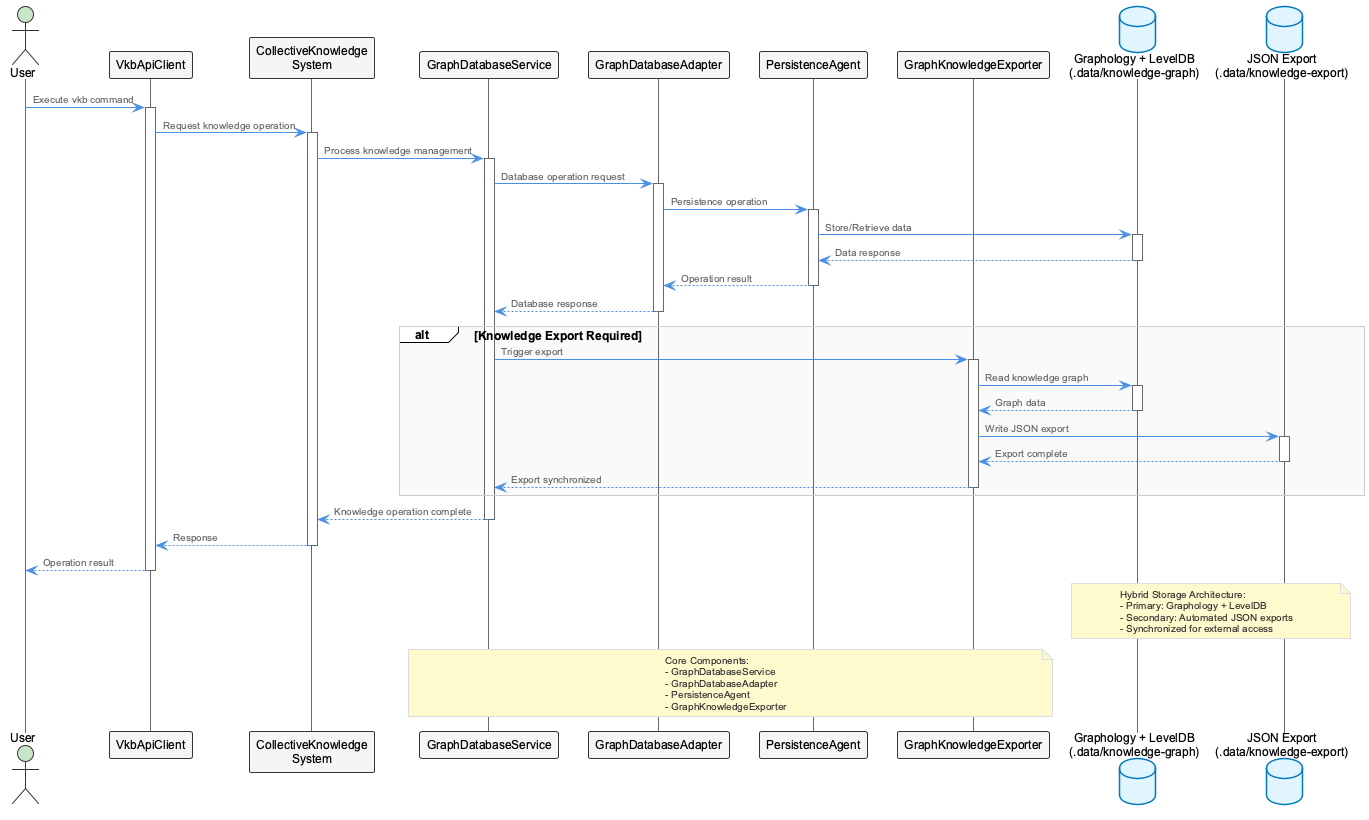
fwornle/coding keeps this PlantUML diagram as knowledge-management/insights/images/collective-knowledge-sequence.png. Above is the earlier version.
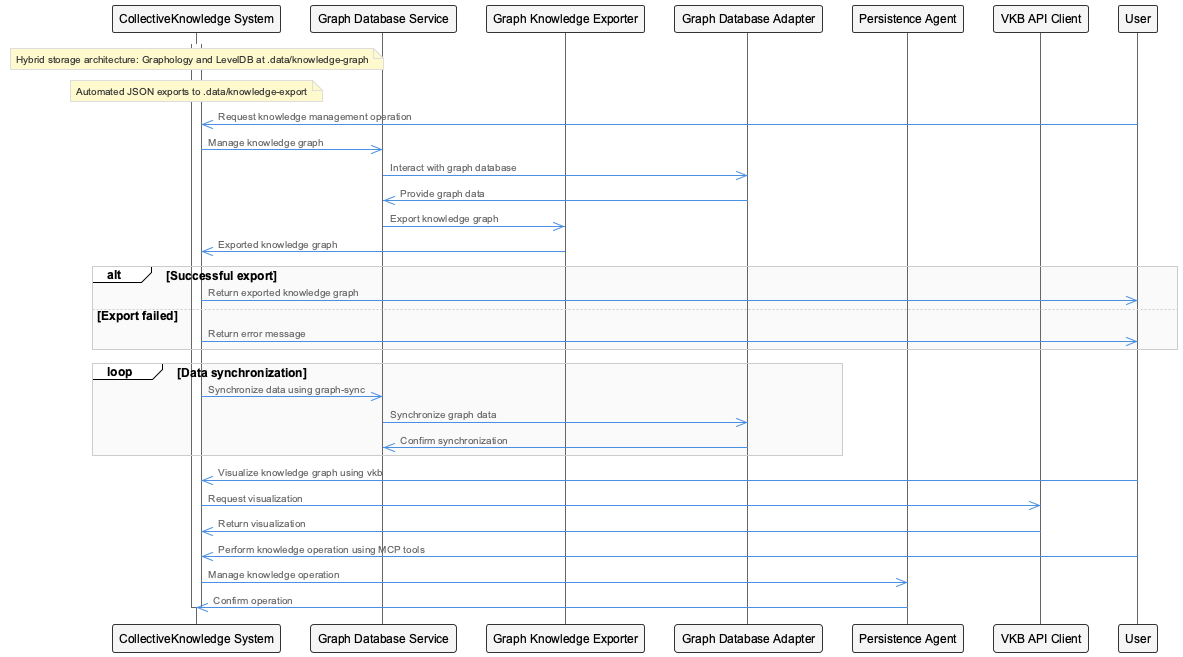
After the commit.

The edit, as a diff of the source:
```diff
@@ -1,82 +1,45 @@
 @startuml
 !include /Users/q284340/Agentic/coding/docs/puml/_standard-style.puml
 
-actor User
-participant "VkbApiClient" as VKB
-participant "CollectiveKnowledge\nSystem" as CK
-participant "GraphDatabaseService" as GDS
-participant "GraphDatabaseAdapter" as GDA
-participant "PersistenceAgent" as PA
-participant "GraphKnowledgeExporter" as GKE
-database "Graphology + LevelDB\n(.data/knowledge-graph)" as DB
-database "JSON Export\n(.data/knowledge-export)" as Export
+participant CollectiveKnowledge as "CollectiveKnowledge System"
+participant GraphDatabaseService as "Graph Database Service"
+participant GraphKnowledgeExporter as "Graph Knowledge Exporter"
+participant GraphDatabaseAdapter as "Graph Database Adapter"
+participant PersistenceAgent as "Persistence Agent"
+participant VkbApiClient as "VKB API Client"
+participant User as "User"
 
-User -> VKB: Execute vkb command
-activate VKB
+activate CollectiveKnowledge
+note over CollectiveKnowledge: Hybrid storage architecture: Graphology and LevelDB at .data/knowledge-graph
+note over CollectiveKnowledge: Automated JSON exports to .data/knowledge-export
 
-VKB -> CK: Request knowledge operation
-activate CK
+User->>CollectiveKnowledge: Request knowledge management operation
+CollectiveKnowledge->>GraphDatabaseService: Manage knowledge graph
+GraphDatabaseService->>GraphDatabaseAdapter: Interact with graph database
+GraphDatabaseAdapter->>GraphDatabaseService: Provide graph data
+GraphDatabaseService->>GraphKnowledgeExporter: Export knowledge graph
+GraphKnowledgeExporter->>CollectiveKnowledge: Exported knowledge graph
 
-CK -> GDS: Process knowledge management
-activate GDS
-
-GDS -> GDA: Database operation request
-activate GDA
-
-GDA -> PA: Persistence operation
-activate PA
-
-PA -> DB: Store/Retrieve data
-activate DB
-DB --> PA: Data response
-deactivate DB
-
-PA --> GDA: Operation result
-deactivate PA
-
-GDA --> GDS: Database response
-deactivate GDA
-
-alt Knowledge Export Required
-    GDS -> GKE: Trigger export
-    activate GKE
-
-    GKE -> DB: Read knowledge graph
-    activate DB
-    DB --> GKE: Graph data
-    deactivate DB
-
-    GKE -> Export: Write JSON export
-    activate Export
-    Export --> GKE: Export complete
-    deactivate Export
-
-    GKE --> GDS: Export synchronized
-    deactivate GKE
+alt Successful export
+    CollectiveKnowledge->>User: Return exported knowledge graph
+else Export failed
+    CollectiveKnowledge->>User: Return error message
 end
 
-GDS --> CK: Knowledge operation complete
-deactivate GDS
+loop Data synchronization
+    CollectiveKnowledge->>GraphDatabaseService: Synchronize data using graph-sync
+    GraphDatabaseService->>GraphDatabaseAdapter: Synchronize graph data
+    GraphDatabaseAdapter->>GraphDatabaseService: Confirm synchronization
+end
 
-CK --> VKB: Response
-deactivate CK
+User->>CollectiveKnowledge: Visualize knowledge graph using vkb
+CollectiveKnowledge->>VkbApiClient: Request visualization
+VkbApiClient->>CollectiveKnowledge: Return visualization
 
-VKB --> User: Operation result
-deactivate VKB
+User->>CollectiveKnowledge: Perform knowledge operation using MCP tools
+CollectiveKnowledge->>PersistenceAgent: Manage knowledge operation
+PersistenceAgent->>CollectiveKnowledge: Confirm operation
 
-note over DB, Export
-Hybrid Storage Architecture:
-- Primary: Graphology + LevelDB
-- Secondary: Automated JSON exports
-- Synchronized for external access
-end note
-
-note over GDS, GKE
-Core Components:
-- GraphDatabaseService
-- GraphDatabaseAdapter
-- PersistenceAgent
-- GraphKnowledgeExporter
-end note
+deactivate CollectiveKnowledge
 
 @enduml
```
